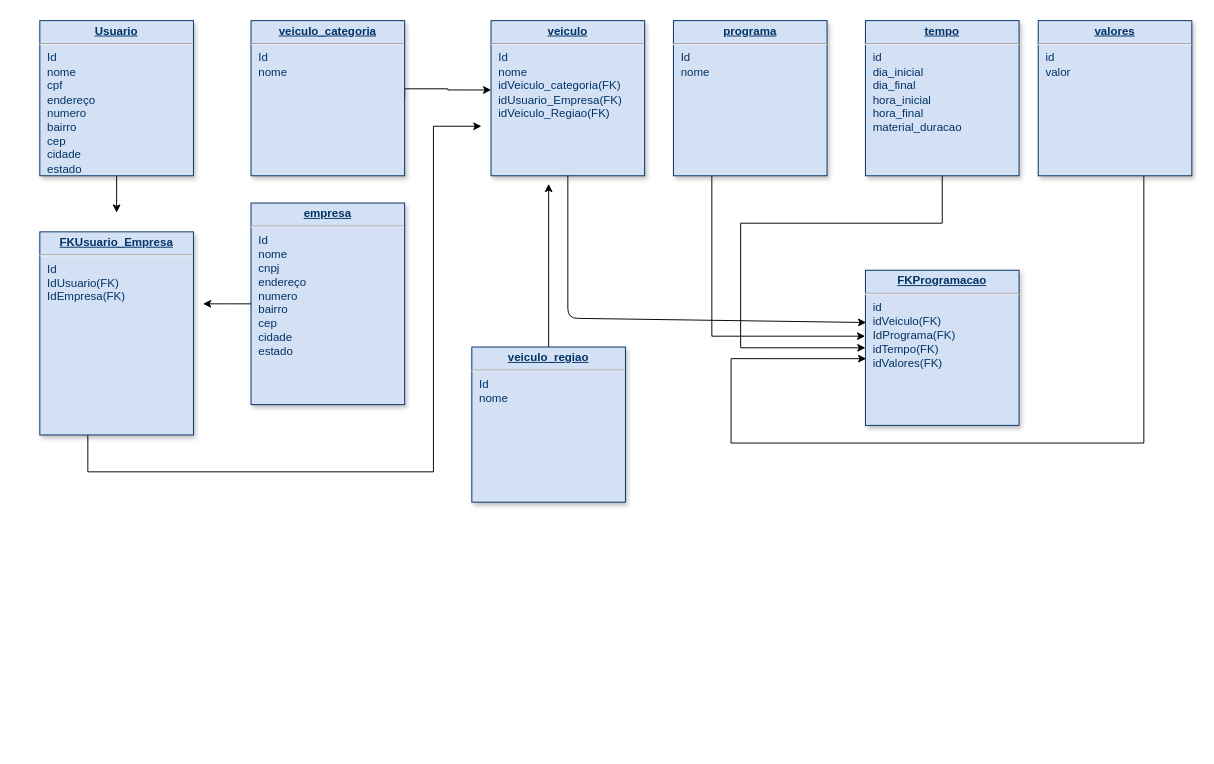
Earlier version of the draw.io diagram Untitled Diagram (2) (1).drawio (diogo-guimaraes/teste_git). Source tidied: cells renumbered, new cells numbered last; positions are measured from the earlier drawing's top-left corner, leaving out a move shared by most shapes. Both pictures are drawn from the tidied source at 96%, with x=0, y=0 at pixel (39, 20).
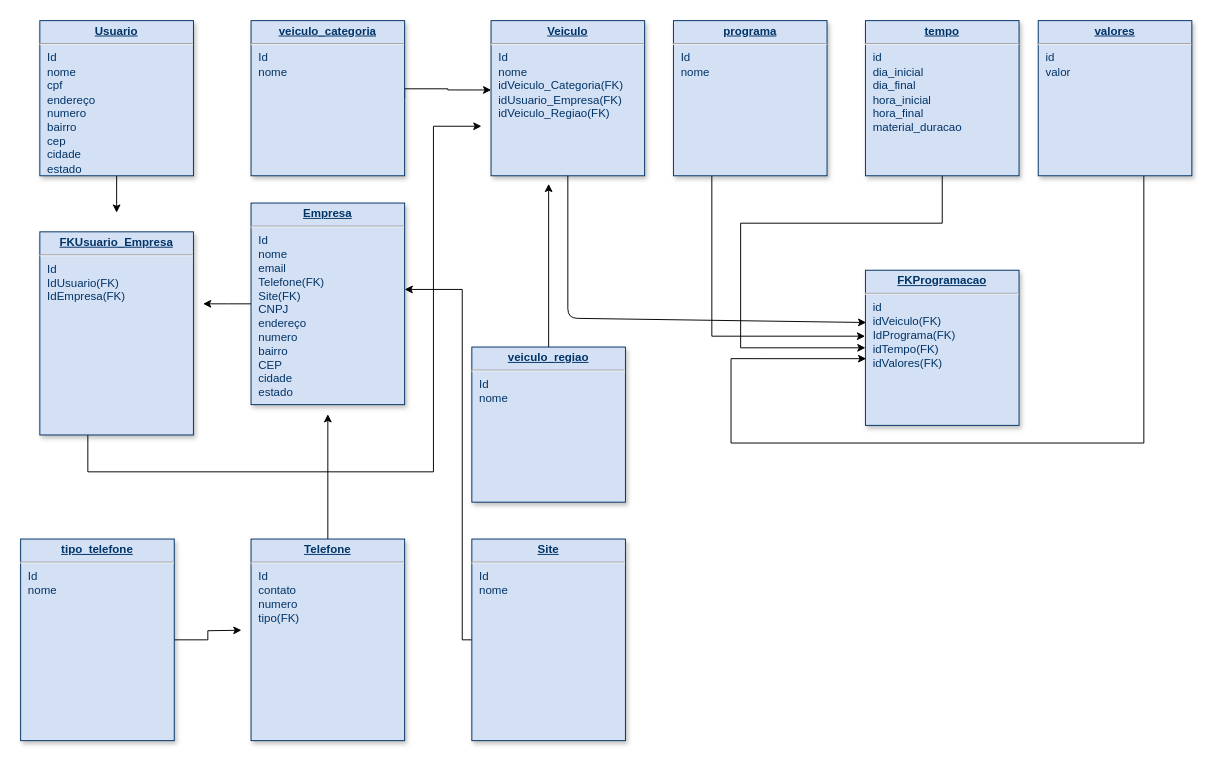
The same diagram, later.

Change to the diagram source:
```diff
@@
-    <mxCell id="10" value="&lt;p style=&quot;margin: 0px ; margin-top: 4px ; text-align: center ; text-decoration: underline&quot;&gt;&lt;b&gt;veiculo&lt;/b&gt;&lt;/p&gt;&lt;hr&gt;&lt;p style=&quot;margin: 0px ; margin-left: 8px&quot;&gt;Id&lt;/p&gt;&lt;p style=&quot;margin: 0px ; margin-left: 8px&quot;&gt;nome&lt;/p&gt;&lt;p style=&quot;margin: 0px ; margin-left: 8px&quot;&gt;idVeiculo_categoria(FK)&lt;/p&gt;&lt;p style=&quot;margin: 0px ; margin-left: 8px&quot;&gt;idUsuario_Empresa(FK)&lt;/p&gt;&lt;p style=&quot;margin: 0px ; margin-left: 8px&quot;&gt;idVeiculo_Regiao(FK)&lt;/p&gt;" style="verticalAlign=top;align=left;overflow=fill;fontSize=12;fontFamily=Helvetica;html=1;strokeColor=#003366;shadow=1;fillColor=#D4E1F5;fontColor=#003366;" parent="1" vertex="1">
+    <mxCell id="10" value="&lt;p style=&quot;margin: 0px ; margin-top: 4px ; text-align: center ; text-decoration: underline&quot;&gt;&lt;b&gt;Veiculo&lt;/b&gt;&lt;/p&gt;&lt;hr&gt;&lt;p style=&quot;margin: 0px ; margin-left: 8px&quot;&gt;Id&lt;/p&gt;&lt;p style=&quot;margin: 0px ; margin-left: 8px&quot;&gt;nome&lt;/p&gt;&lt;p style=&quot;margin: 0px ; margin-left: 8px&quot;&gt;idVeiculo_Categoria(FK)&lt;/p&gt;&lt;p style=&quot;margin: 0px ; margin-left: 8px&quot;&gt;idUsuario_Empresa(FK)&lt;/p&gt;&lt;p style=&quot;margin: 0px ; margin-left: 8px&quot;&gt;idVeiculo_Regiao(FK)&lt;/p&gt;" style="verticalAlign=top;align=left;overflow=fill;fontSize=12;fontFamily=Helvetica;html=1;strokeColor=#003366;shadow=1;fillColor=#D4E1F5;fontColor=#003366;" parent="1" vertex="1">
       <mxGeometry x="470" width="160" height="161.6" as="geometry" />
     </mxCell>
@@
-    <mxCell id="17" value="&lt;p style=&quot;margin: 0px ; margin-top: 4px ; text-align: center ; text-decoration: underline&quot;&gt;&lt;b&gt;empresa&lt;/b&gt;&lt;/p&gt;&lt;hr&gt;&lt;p style=&quot;margin: 0px ; margin-left: 8px&quot;&gt;Id&lt;/p&gt;&lt;p style=&quot;margin: 0px ; margin-left: 8px&quot;&gt;nome&lt;/p&gt;&lt;p style=&quot;margin: 0px ; margin-left: 8px&quot;&gt;cnpj&lt;/p&gt;&lt;p style=&quot;margin: 0px ; margin-left: 8px&quot;&gt;endereço&lt;/p&gt;&lt;p style=&quot;margin: 0px ; margin-left: 8px&quot;&gt;numero&lt;/p&gt;&lt;p style=&quot;margin: 0px ; margin-left: 8px&quot;&gt;bairro&lt;/p&gt;&lt;p style=&quot;margin: 0px ; margin-left: 8px&quot;&gt;cep&lt;/p&gt;&lt;p style=&quot;margin: 0px ; margin-left: 8px&quot;&gt;&lt;span&gt;cidade&lt;/span&gt;&lt;/p&gt;&lt;p style=&quot;margin: 0px ; margin-left: 8px&quot;&gt;&lt;span&gt;estado&lt;/span&gt;&lt;/p&gt;&lt;p style=&quot;margin: 0px ; margin-left: 8px&quot;&gt;&lt;br&gt;&lt;/p&gt;&lt;p style=&quot;margin: 0px ; margin-left: 8px&quot;&gt;&lt;br&gt;&lt;/p&gt;" style="verticalAlign=top;align=left;overflow=fill;fontSize=12;fontFamily=Helvetica;html=1;strokeColor=#003366;shadow=1;fillColor=#D4E1F5;fontColor=#003366;" parent="1" vertex="1">
+    <mxCell id="17" value="&lt;p style=&quot;margin: 0px ; margin-top: 4px ; text-align: center ; text-decoration: underline&quot;&gt;&lt;b&gt;Empresa&lt;/b&gt;&lt;/p&gt;&lt;hr&gt;&lt;p style=&quot;margin: 0px ; margin-left: 8px&quot;&gt;Id&lt;/p&gt;&lt;p style=&quot;margin: 0px ; margin-left: 8px&quot;&gt;nome&lt;/p&gt;&lt;p style=&quot;margin: 0px ; margin-left: 8px&quot;&gt;email&lt;/p&gt;&lt;p style=&quot;margin: 0px ; margin-left: 8px&quot;&gt;&lt;span&gt;Telefone(FK)&lt;/span&gt;&lt;/p&gt;&lt;p style=&quot;margin: 0px ; margin-left: 8px&quot;&gt;&lt;span&gt;Site(FK)&lt;/span&gt;&lt;/p&gt;&lt;p style=&quot;margin: 0px ; margin-left: 8px&quot;&gt;&lt;span&gt;CNPJ&lt;/span&gt;&lt;br&gt;&lt;/p&gt;&lt;p style=&quot;margin: 0px ; margin-left: 8px&quot;&gt;endereço&lt;/p&gt;&lt;p style=&quot;margin: 0px ; margin-left: 8px&quot;&gt;numero&lt;/p&gt;&lt;p style=&quot;margin: 0px ; margin-left: 8px&quot;&gt;bairro&lt;/p&gt;&lt;p style=&quot;margin: 0px ; margin-left: 8px&quot;&gt;&lt;span&gt;CEP&lt;/span&gt;&lt;br&gt;&lt;/p&gt;&lt;p style=&quot;margin: 0px ; margin-left: 8px&quot;&gt;&lt;span&gt;cidade&lt;/span&gt;&lt;/p&gt;&lt;p style=&quot;margin: 0px ; margin-left: 8px&quot;&gt;&lt;span&gt;estado&lt;/span&gt;&lt;/p&gt;&lt;p style=&quot;margin: 0px ; margin-left: 8px&quot;&gt;&lt;br&gt;&lt;/p&gt;&lt;p style=&quot;margin: 0px ; margin-left: 8px&quot;&gt;&lt;br&gt;&lt;/p&gt;" style="verticalAlign=top;align=left;overflow=fill;fontSize=12;fontFamily=Helvetica;html=1;strokeColor=#003366;shadow=1;fillColor=#D4E1F5;fontColor=#003366;" parent="1" vertex="1">
       <mxGeometry x="220" y="190" width="160" height="210" as="geometry" />
     </mxCell>
@@
+    <mxCell id="22" style="edgeStyle=orthogonalEdgeStyle;rounded=0;jettySize=auto;html=1;" parent="1" edge="1" source="23">
+      <mxGeometry relative="1" as="geometry">
+        <mxPoint x="300" y="410" as="targetPoint" />
+      </mxGeometry>
+    </mxCell>
+    <mxCell id="23" value="&lt;p style=&quot;margin: 0px ; margin-top: 4px ; text-align: center ; text-decoration: underline&quot;&gt;&lt;b&gt;Telefone&lt;/b&gt;&lt;/p&gt;&lt;hr&gt;&lt;p style=&quot;margin: 0px ; margin-left: 8px&quot;&gt;Id&lt;/p&gt;&lt;p style=&quot;margin: 0px ; margin-left: 8px&quot;&gt;contato&lt;/p&gt;&lt;p style=&quot;margin: 0px ; margin-left: 8px&quot;&gt;numero&lt;/p&gt;&lt;p style=&quot;margin: 0px ; margin-left: 8px&quot;&gt;tipo(FK)&lt;/p&gt;" style="verticalAlign=top;align=left;overflow=fill;fontSize=12;fontFamily=Helvetica;html=1;strokeColor=#003366;shadow=1;fillColor=#D4E1F5;fontColor=#003366;" parent="1" vertex="1">
+      <mxGeometry x="220" y="540" width="160" height="210" as="geometry" />
+    </mxCell>
+    <mxCell id="24" style="edgeStyle=orthogonalEdgeStyle;rounded=0;jettySize=auto;html=1;" parent="1" edge="1" source="25" target="17">
+      <mxGeometry relative="1" as="geometry">
+        <Array as="points">
+          <mxPoint x="440" y="645" />
+          <mxPoint x="440" y="280" />
+        </Array>
+      </mxGeometry>
+    </mxCell>
+    <mxCell id="25" value="&lt;p style=&quot;margin: 0px ; margin-top: 4px ; text-align: center ; text-decoration: underline&quot;&gt;&lt;b&gt;Site&lt;/b&gt;&lt;/p&gt;&lt;hr&gt;&lt;p style=&quot;margin: 0px ; margin-left: 8px&quot;&gt;Id&lt;/p&gt;&lt;p style=&quot;margin: 0px ; margin-left: 8px&quot;&gt;nome&lt;/p&gt;" style="verticalAlign=top;align=left;overflow=fill;fontSize=12;fontFamily=Helvetica;html=1;strokeColor=#003366;shadow=1;fillColor=#D4E1F5;fontColor=#003366;" parent="1" vertex="1">
+      <mxGeometry x="450" y="540" width="160" height="210" as="geometry" />
+    </mxCell>
+    <mxCell id="26" style="edgeStyle=orthogonalEdgeStyle;rounded=0;jettySize=auto;html=1;" parent="1" edge="1" source="27">
+      <mxGeometry relative="1" as="geometry">
+        <mxPoint x="210" y="635" as="targetPoint" />
+      </mxGeometry>
+    </mxCell>
+    <mxCell id="27" value="&lt;p style=&quot;margin: 0px ; margin-top: 4px ; text-align: center ; text-decoration: underline&quot;&gt;&lt;b&gt;tipo_telefone&lt;/b&gt;&lt;/p&gt;&lt;hr&gt;&lt;p style=&quot;margin: 0px ; margin-left: 8px&quot;&gt;Id&lt;/p&gt;&lt;p style=&quot;margin: 0px ; margin-left: 8px&quot;&gt;nome&lt;/p&gt;" style="verticalAlign=top;align=left;overflow=fill;fontSize=12;fontFamily=Helvetica;html=1;strokeColor=#003366;shadow=1;fillColor=#D4E1F5;fontColor=#003366;" parent="1" vertex="1">
+      <mxGeometry x="-20" y="540" width="160" height="210" as="geometry" />
+    </mxCell>
```
